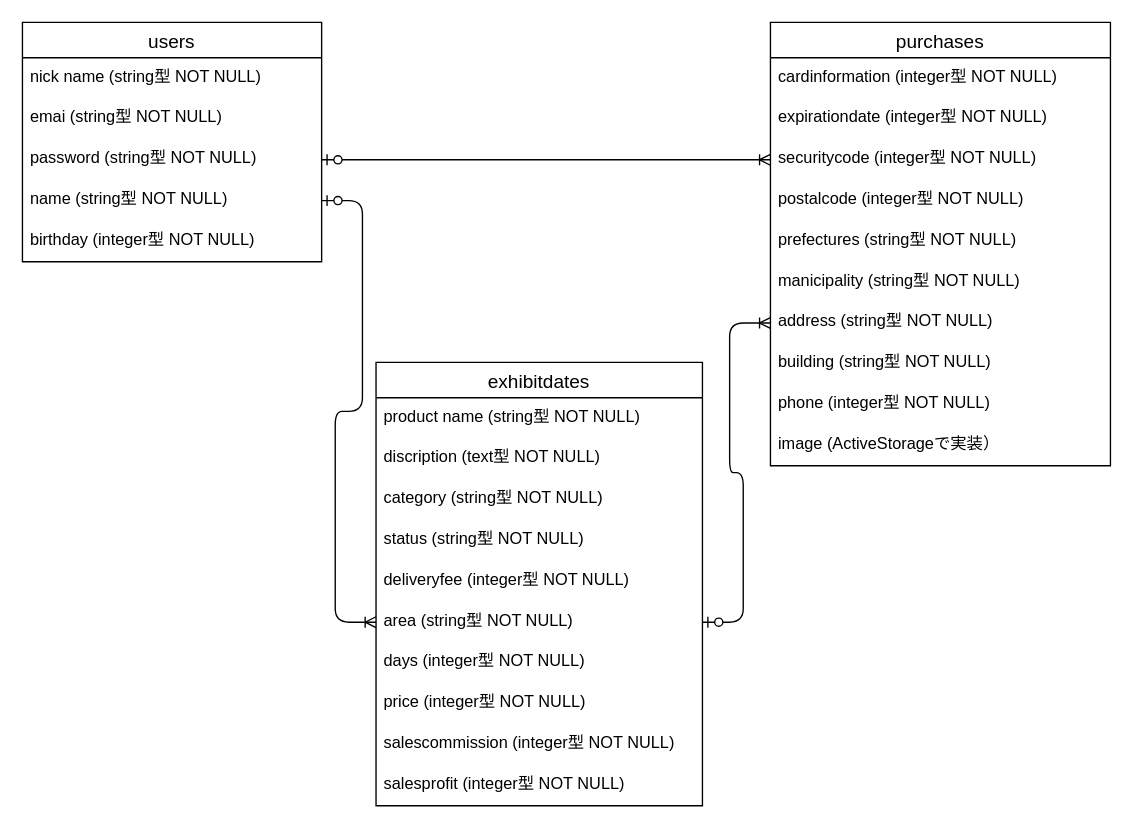
This is furima.dio from Takaomi-Sakai/furima-31593, a draw.io file, before an edit. Source tidied: cells renumbered, new cells numbered last; positions are measured from the earlier drawing's top-left corner, leaving out a move shared by most shapes. Both pictures are drawn from the tidied source at 136%, with x=0, y=0 at pixel (22, 22).
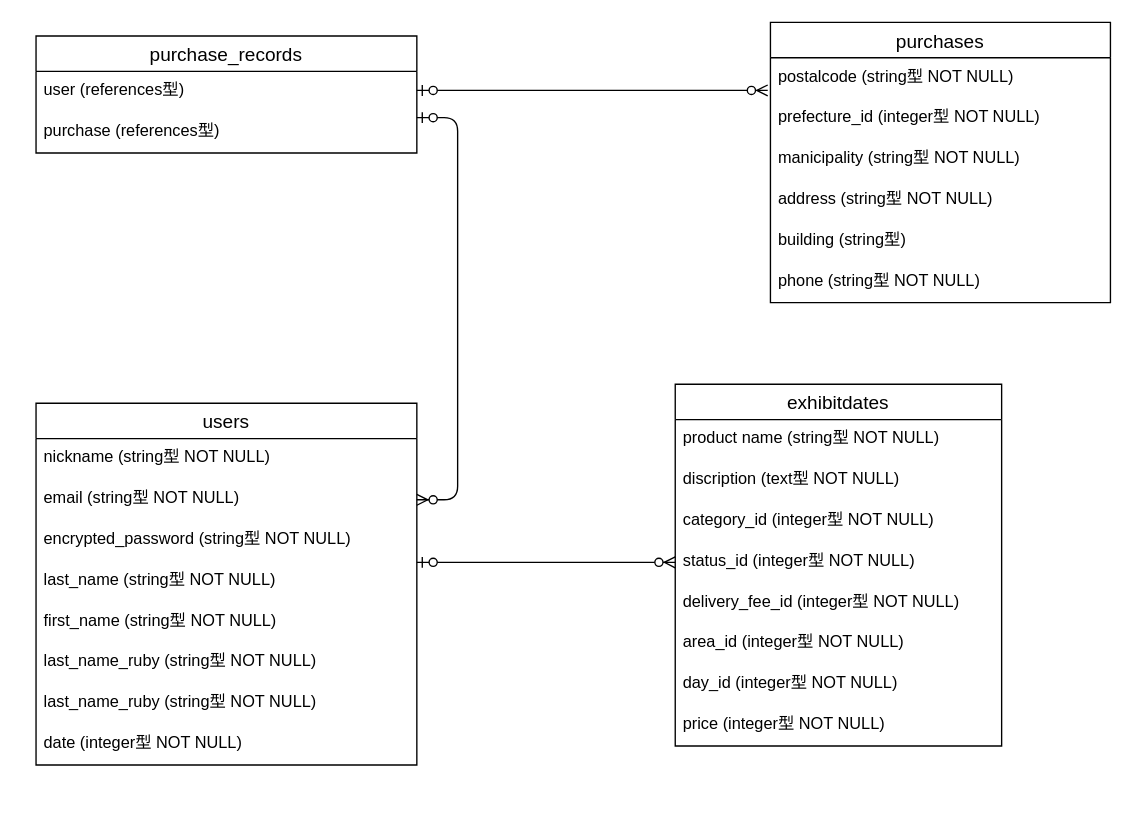
The same page after the edit.

Commit message (it also covers changes not shown here):
データベース修正_1回目

README・ER図修正

What changed in the source:
```diff
@@
     <mxCell id="2" value="users" style="swimlane;fontStyle=0;horizontal=1;startSize=26;align=center;fontSize=14;" parent="1" vertex="1">
-      <mxGeometry width="220" height="176" as="geometry" />
+      <mxGeometry x="10" y="280" width="280" height="266" as="geometry" />
     </mxCell>
-    <mxCell id="3" value="nick name (string型 NOT NULL)" style="text;strokeColor=none;fillColor=none;spacingLeft=4;spacingRight=4;overflow=hidden;fontSize=12;" parent="2" vertex="1">
-      <mxGeometry y="26" width="220" height="30" as="geometry" />
-    </mxCell>
+    <mxCell id="32" value="nickname (string型 NOT NULL)" style="text;strokeColor=none;fillColor=none;spacingLeft=4;spacingRight=4;overflow=hidden;fontSize=12;" parent="2" vertex="1">
+      <mxGeometry y="26" width="280" height="30" as="geometry" />
+    </mxCell>
-    <mxCell id="4" value="emai (string型 NOT NULL)" style="text;strokeColor=none;fillColor=none;spacingLeft=4;spacingRight=4;overflow=hidden;points=[[0,0.5],[1,0.5]];portConstraint=eastwest;fontSize=12;" parent="2" vertex="1">
-      <mxGeometry y="56" width="220" height="30" as="geometry" />
+    <mxCell id="4" value="email (string型 NOT NULL)" style="text;strokeColor=none;fillColor=none;spacingLeft=4;spacingRight=4;overflow=hidden;points=[[0,0.5],[1,0.5]];portConstraint=eastwest;fontSize=12;" parent="2" vertex="1">
+      <mxGeometry y="56" width="280" height="30" as="geometry" />
     </mxCell>
-    <mxCell id="5" value="password (string型 NOT NULL)" style="text;strokeColor=none;fillColor=none;spacingLeft=4;spacingRight=4;overflow=hidden;points=[[0,0.5],[1,0.5]];portConstraint=eastwest;fontSize=12;" parent="2" vertex="1">
-      <mxGeometry y="86" width="220" height="30" as="geometry" />
+    <mxCell id="5" value="encrypted_password (string型 NOT NULL)" style="text;strokeColor=none;fillColor=none;spacingLeft=4;spacingRight=4;overflow=hidden;points=[[0,0.5],[1,0.5]];portConstraint=eastwest;fontSize=12;" parent="2" vertex="1">
+      <mxGeometry y="86" width="280" height="30" as="geometry" />
     </mxCell>
-    <mxCell id="6" value="name (string型 NOT NULL)" style="text;strokeColor=none;fillColor=none;spacingLeft=4;spacingRight=4;overflow=hidden;points=[[0,0.5],[1,0.5]];portConstraint=eastwest;fontSize=12;" parent="2" vertex="1">
-      <mxGeometry y="116" width="220" height="30" as="geometry" />
+    <mxCell id="6" value="last_name (string型 NOT NULL)" style="text;strokeColor=none;fillColor=none;spacingLeft=4;spacingRight=4;overflow=hidden;points=[[0,0.5],[1,0.5]];portConstraint=eastwest;fontSize=12;" parent="2" vertex="1">
+      <mxGeometry y="116" width="280" height="30" as="geometry" />
     </mxCell>
+    <mxCell id="33" value="first_name (string型 NOT NULL)" style="text;strokeColor=none;fillColor=none;spacingLeft=4;spacingRight=4;overflow=hidden;fontSize=12;" parent="2" vertex="1">
+      <mxGeometry y="146" width="280" height="30" as="geometry" />
+    </mxCell>
+    <mxCell id="34" value="last_name_ruby (string型 NOT NULL)" style="text;strokeColor=none;fillColor=none;spacingLeft=4;spacingRight=4;overflow=hidden;fontSize=12;" parent="2" vertex="1">
+      <mxGeometry y="176" width="280" height="30" as="geometry" />
+    </mxCell>
+    <mxCell id="35" value="last_name_ruby (string型 NOT NULL)" style="text;strokeColor=none;fillColor=none;spacingLeft=4;spacingRight=4;overflow=hidden;fontSize=12;" parent="2" vertex="1">
+      <mxGeometry y="206" width="280" height="30" as="geometry" />
+    </mxCell>
-    <mxCell id="7" value="birthday (integer型 NOT NULL)" style="text;strokeColor=none;fillColor=none;spacingLeft=4;spacingRight=4;overflow=hidden;fontSize=12;" parent="2" vertex="1">
-      <mxGeometry y="146" width="220" height="30" as="geometry" />
+    <mxCell id="7" value="date (integer型 NOT NULL)" style="text;strokeColor=none;fillColor=none;spacingLeft=4;spacingRight=4;overflow=hidden;fontSize=12;" parent="2" vertex="1">
+      <mxGeometry y="236" width="280" height="30" as="geometry" />
     </mxCell>
     <mxCell id="8" value="exhibitdates" style="swimlane;fontStyle=0;horizontal=1;startSize=26;align=center;fontSize=14;" parent="1" vertex="1">
-      <mxGeometry x="260" y="250" width="240" height="326" as="geometry" />
+      <mxGeometry x="480" y="266" width="240" height="266" as="geometry" />
     </mxCell>
@@
-    <mxCell id="11" value="category (string型 NOT NULL)" style="text;strokeColor=none;fillColor=none;spacingLeft=4;spacingRight=4;overflow=hidden;fontSize=12;" parent="8" vertex="1">
+    <mxCell id="11" value="category_id (integer型 NOT NULL)" style="text;strokeColor=none;fillColor=none;spacingLeft=4;spacingRight=4;overflow=hidden;fontSize=12;" parent="8" vertex="1">
       <mxGeometry y="86" width="240" height="30" as="geometry" />
     </mxCell>
-    <mxCell id="12" value="status (string型 NOT NULL)" style="text;strokeColor=none;fillColor=none;spacingLeft=4;spacingRight=4;overflow=hidden;points=[[0,0.5],[1,0.5]];portConstraint=eastwest;fontSize=12;" parent="8" vertex="1">
+    <mxCell id="12" value="status_id (integer型 NOT NULL)" style="text;strokeColor=none;fillColor=none;spacingLeft=4;spacingRight=4;overflow=hidden;points=[[0,0.5],[1,0.5]];portConstraint=eastwest;fontSize=12;" parent="8" vertex="1">
       <mxGeometry y="116" width="240" height="30" as="geometry" />
     </mxCell>
-    <mxCell id="13" value="deliveryfee (integer型 NOT NULL)" style="text;strokeColor=none;fillColor=none;spacingLeft=4;spacingRight=4;overflow=hidden;fontSize=12;" parent="8" vertex="1">
+    <mxCell id="13" value="delivery_fee_id (integer型 NOT NULL)" style="text;strokeColor=none;fillColor=none;spacingLeft=4;spacingRight=4;overflow=hidden;fontSize=12;" parent="8" vertex="1">
       <mxGeometry y="146" width="240" height="30" as="geometry" />
     </mxCell>
-    <mxCell id="14" value="area (string型 NOT NULL)" style="text;strokeColor=none;fillColor=none;spacingLeft=4;spacingRight=4;overflow=hidden;points=[[0,0.5],[1,0.5]];portConstraint=eastwest;fontSize=12;" parent="8" vertex="1">
+    <mxCell id="14" value="area_id (integer型 NOT NULL)" style="text;strokeColor=none;fillColor=none;spacingLeft=4;spacingRight=4;overflow=hidden;points=[[0,0.5],[1,0.5]];portConstraint=eastwest;fontSize=12;" parent="8" vertex="1">
       <mxGeometry y="176" width="240" height="30" as="geometry" />
     </mxCell>
-    <mxCell id="15" value="days (integer型 NOT NULL)" style="text;strokeColor=none;fillColor=none;spacingLeft=4;spacingRight=4;overflow=hidden;fontSize=12;" parent="8" vertex="1">
+    <mxCell id="15" value="day_id (integer型 NOT NULL)" style="text;strokeColor=none;fillColor=none;spacingLeft=4;spacingRight=4;overflow=hidden;fontSize=12;" parent="8" vertex="1">
       <mxGeometry y="206" width="240" height="30" as="geometry" />
     </mxCell>
@@
-    <mxCell id="17" value="salescommission (integer型 NOT NULL)" style="text;strokeColor=none;fillColor=none;spacingLeft=4;spacingRight=4;overflow=hidden;fontSize=12;" parent="8" vertex="1">
-      <mxGeometry y="266" width="240" height="30" as="geometry" />
-    </mxCell>
-    <mxCell id="18" value="salesprofit (integer型 NOT NULL)" style="text;strokeColor=none;fillColor=none;spacingLeft=4;spacingRight=4;overflow=hidden;fontSize=12;" parent="8" vertex="1">
-      <mxGeometry y="296" width="240" height="30" as="geometry" />
-    </mxCell>
     <mxCell id="19" value="purchases" style="swimlane;fontStyle=0;horizontal=1;startSize=26;align=center;fontSize=14;" parent="1" vertex="1">
-      <mxGeometry x="550" width="250" height="326" as="geometry" />
+      <mxGeometry x="550" width="250" height="206" as="geometry" />
     </mxCell>
-    <mxCell id="20" value="cardinformation (integer型 NOT NULL)" style="text;strokeColor=none;fillColor=none;spacingLeft=4;spacingRight=4;overflow=hidden;fontSize=12;" parent="19" vertex="1">
-      <mxGeometry y="26" width="250" height="30" as="geometry" />
-    </mxCell>
-    <mxCell id="21" value="expirationdate (integer型 NOT NULL)" style="text;strokeColor=none;fillColor=none;spacingLeft=4;spacingRight=4;overflow=hidden;fontSize=12;" parent="19" vertex="1">
-      <mxGeometry y="56" width="250" height="30" as="geometry" />
-    </mxCell>
-    <mxCell id="22" value="securitycode (integer型 NOT NULL)" style="text;strokeColor=none;fillColor=none;spacingLeft=4;spacingRight=4;overflow=hidden;points=[[0,0.5],[1,0.5]];portConstraint=eastwest;fontSize=12;" parent="19" vertex="1">
-      <mxGeometry y="86" width="250" height="30" as="geometry" />
-    </mxCell>
-    <mxCell id="23" value="postalcode (integer型 NOT NULL)" style="text;strokeColor=none;fillColor=none;spacingLeft=4;spacingRight=4;overflow=hidden;points=[[0,0.5],[1,0.5]];portConstraint=eastwest;fontSize=12;" parent="19" vertex="1">
-      <mxGeometry y="116" width="250" height="30" as="geometry" />
+    <mxCell id="23" value="postalcode (string型 NOT NULL)" style="text;strokeColor=none;fillColor=none;spacingLeft=4;spacingRight=4;overflow=hidden;points=[[0,0.5],[1,0.5]];portConstraint=eastwest;fontSize=12;" parent="19" vertex="1">
+      <mxGeometry y="26" width="250" height="30" as="geometry" />
     </mxCell>
-    <mxCell id="24" value="prefectures (string型 NOT NULL)" style="text;strokeColor=none;fillColor=none;spacingLeft=4;spacingRight=4;overflow=hidden;fontSize=12;" parent="19" vertex="1">
-      <mxGeometry y="146" width="250" height="30" as="geometry" />
+    <mxCell id="24" value="prefecture_id (integer型 NOT NULL)" style="text;strokeColor=none;fillColor=none;spacingLeft=4;spacingRight=4;overflow=hidden;fontSize=12;" parent="19" vertex="1">
+      <mxGeometry y="56" width="250" height="30" as="geometry" />
     </mxCell>
     <mxCell id="25" value="manicipality (string型 NOT NULL)" style="text;strokeColor=none;fillColor=none;spacingLeft=4;spacingRight=4;overflow=hidden;fontSize=12;" parent="19" vertex="1">
-      <mxGeometry y="176" width="250" height="30" as="geometry" />
+      <mxGeometry y="86" width="250" height="30" as="geometry" />
     </mxCell>
     <mxCell id="26" value="address (string型 NOT NULL)" style="text;strokeColor=none;fillColor=none;spacingLeft=4;spacingRight=4;overflow=hidden;points=[[0,0.5],[1,0.5]];portConstraint=eastwest;fontSize=12;" parent="19" vertex="1">
-      <mxGeometry y="206" width="250" height="30" as="geometry" />
+      <mxGeometry y="116" width="250" height="30" as="geometry" />
     </mxCell>
-    <mxCell id="27" value="building (string型 NOT NULL)" style="text;strokeColor=none;fillColor=none;spacingLeft=4;spacingRight=4;overflow=hidden;fontSize=12;" parent="19" vertex="1">
-      <mxGeometry y="236" width="250" height="30" as="geometry" />
+    <mxCell id="27" value="building (string型)" style="text;strokeColor=none;fillColor=none;spacingLeft=4;spacingRight=4;overflow=hidden;fontSize=12;" parent="19" vertex="1">
+      <mxGeometry y="146" width="250" height="30" as="geometry" />
     </mxCell>
-    <mxCell id="28" value="phone (integer型 NOT NULL)" style="text;strokeColor=none;fillColor=none;spacingLeft=4;spacingRight=4;overflow=hidden;fontSize=12;" parent="19" vertex="1">
-      <mxGeometry y="266" width="250" height="30" as="geometry" />
+    <mxCell id="28" value="phone (string型 NOT NULL)" style="text;strokeColor=none;fillColor=none;spacingLeft=4;spacingRight=4;overflow=hidden;fontSize=12;" parent="19" vertex="1">
+      <mxGeometry y="176" width="250" height="30" as="geometry" />
     </mxCell>
-    <mxCell id="29" value="image (ActiveStorageで実装）" style="text;strokeColor=none;fillColor=none;spacingLeft=4;spacingRight=4;overflow=hidden;fontSize=12;" parent="19" vertex="1">
-      <mxGeometry y="296" width="250" height="30" as="geometry" />
-    </mxCell>
-    <mxCell id="30" style="edgeStyle=entityRelationEdgeStyle;fontSize=12;html=1;endArrow=ERoneToMany;startArrow=ERzeroToOne;exitX=1;exitY=0.5;exitDx=0;exitDy=0;entryX=0;entryY=0.5;entryDx=0;entryDy=0;" parent="1" edge="1" source="6" target="14">
-      <mxGeometry relative="1" as="geometry" />
-    </mxCell>
-    <mxCell id="31" style="edgeStyle=entityRelationEdgeStyle;fontSize=12;html=1;endArrow=ERoneToMany;startArrow=ERzeroToOne;exitX=1;exitY=0.5;exitDx=0;exitDy=0;entryX=0;entryY=0.5;entryDx=0;entryDy=0;" parent="1" edge="1" source="5" target="22">
-      <mxGeometry relative="1" as="geometry" />
-    </mxCell>
-    <mxCell id="32" style="edgeStyle=entityRelationEdgeStyle;fontSize=12;html=1;endArrow=ERoneToMany;startArrow=ERzeroToOne;exitX=1;exitY=0.5;exitDx=0;exitDy=0;entryX=0;entryY=0.5;entryDx=0;entryDy=0;" parent="1" edge="1" source="14" target="26">
-      <mxGeometry relative="1" as="geometry" />
-    </mxCell>
+    <mxCell id="36" value="purchase_records" style="swimlane;fontStyle=0;horizontal=1;startSize=26;align=center;fontSize=14;" parent="1" vertex="1">
+      <mxGeometry x="10" y="10" width="280" height="86" as="geometry" />
+    </mxCell>
+    <mxCell id="37" value="user (references型)" style="text;strokeColor=none;fillColor=none;spacingLeft=4;spacingRight=4;overflow=hidden;fontSize=12;" parent="36" vertex="1">
+      <mxGeometry y="26" width="280" height="30" as="geometry" />
+    </mxCell>
+    <mxCell id="38" value="purchase (references型)" style="text;strokeColor=none;fillColor=none;spacingLeft=4;spacingRight=4;overflow=hidden;fontSize=12;" parent="36" vertex="1">
+      <mxGeometry y="56" width="280" height="30" as="geometry" />
+    </mxCell>
+    <mxCell id="39" style="edgeStyle=entityRelationEdgeStyle;fontSize=12;html=1;endArrow=ERzeroToMany;startArrow=ERzeroToOne;entryX=0;entryY=0.5;entryDx=0;entryDy=0;" parent="1" edge="1" target="12">
+      <mxGeometry relative="1" as="geometry">
+        <mxPoint x="290" y="397" as="sourcePoint" />
+      </mxGeometry>
+    </mxCell>
+    <mxCell id="40" style="edgeStyle=entityRelationEdgeStyle;fontSize=12;html=1;endArrow=ERzeroToMany;startArrow=ERzeroToOne;entryX=1;entryY=0.5;entryDx=0;entryDy=0;" parent="1" edge="1" target="4">
+      <mxGeometry relative="1" as="geometry">
+        <mxPoint x="290" y="70" as="sourcePoint" />
+      </mxGeometry>
+    </mxCell>
+    <mxCell id="41" style="edgeStyle=entityRelationEdgeStyle;fontSize=12;html=1;endArrow=ERzeroToMany;startArrow=ERzeroToOne;entryX=-0.008;entryY=0.8;entryDx=0;entryDy=0;entryPerimeter=0;" parent="1" edge="1" target="23">
+      <mxGeometry relative="1" as="geometry">
+        <mxPoint x="290" y="50" as="sourcePoint" />
+      </mxGeometry>
+    </mxCell>
```
